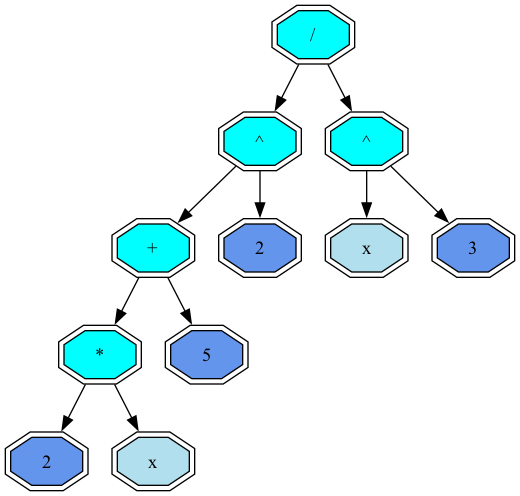
Before: original.png, a diagram exported from Graphviz (Pave2005/differential). Its source is kept beside it as original.dot.
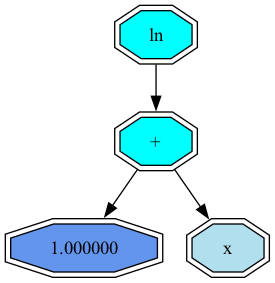
Later version of the same file.

The edit, as a diff of the source:
```diff
@@ -1,24 +1,11 @@
 digraph G {
 node [shape = record];
- 11630057700  11630057700 [shape = doubleoctagon, style = filled, fillcolor = aqua  label = " / "];
-11630057700 -> 11630057140
- 11630057700 -> 11630056360
- 11630057140 [shape = doubleoctagon, style = filled, fillcolor = aqua  label = " ^ "];
-11630057140 -> 11630057500
- 11630057140 -> 11630056320
- 11630057500 [shape = doubleoctagon, style = filled, fillcolor = aqua  label = " + "];
-11630057500 -> 11630057540
- 11630057500 -> 11630056260
- 11630057540 [shape = doubleoctagon, style = filled, fillcolor = aqua  label = " * "];
-11630057540 -> 11630057300
- 11630057540 -> 11630057340
- 11630057300 [shape = doubleoctagon, style = filled, fillcolor = cornflowerblue  label = " 2 "];
- 11630057340 [shape = doubleoctagon, style = filled, fillcolor = lightblue2  label = " x "];
- 11630056260 [shape = doubleoctagon, style = filled, fillcolor = cornflowerblue  label = " 5 "];
- 11630056320 [shape = doubleoctagon, style = filled, fillcolor = cornflowerblue  label = " 2 "];
- 11630056360 [shape = doubleoctagon, style = filled, fillcolor = aqua  label = " ^ "];
-11630056360 -> 11630056420
- 11630056360 -> 11630056460
- 11630056420 [shape = doubleoctagon, style = filled, fillcolor = lightblue2  label = " x "];
- 11630056460 [shape = doubleoctagon, style = filled, fillcolor = cornflowerblue  label = " 3 "];
+ 11540040340  11540040340 [shape = doubleoctagon, style = filled, fillcolor = aqua  label = " ln "];
+
+ 11540040340 -> 11540040300
+ 11540040300 [shape = doubleoctagon, style = filled, fillcolor = aqua  label = " + "];
+11540040300 -> 11540040200
+ 11540040300 -> 11540040240
+ 11540040200 [shape = doubleoctagon, style = filled, fillcolor = cornflowerblue  label = " 1.000000 "];
+ 11540040240 [shape = doubleoctagon, style = filled, fillcolor = lightblue2  label = " x "];
 }
```
